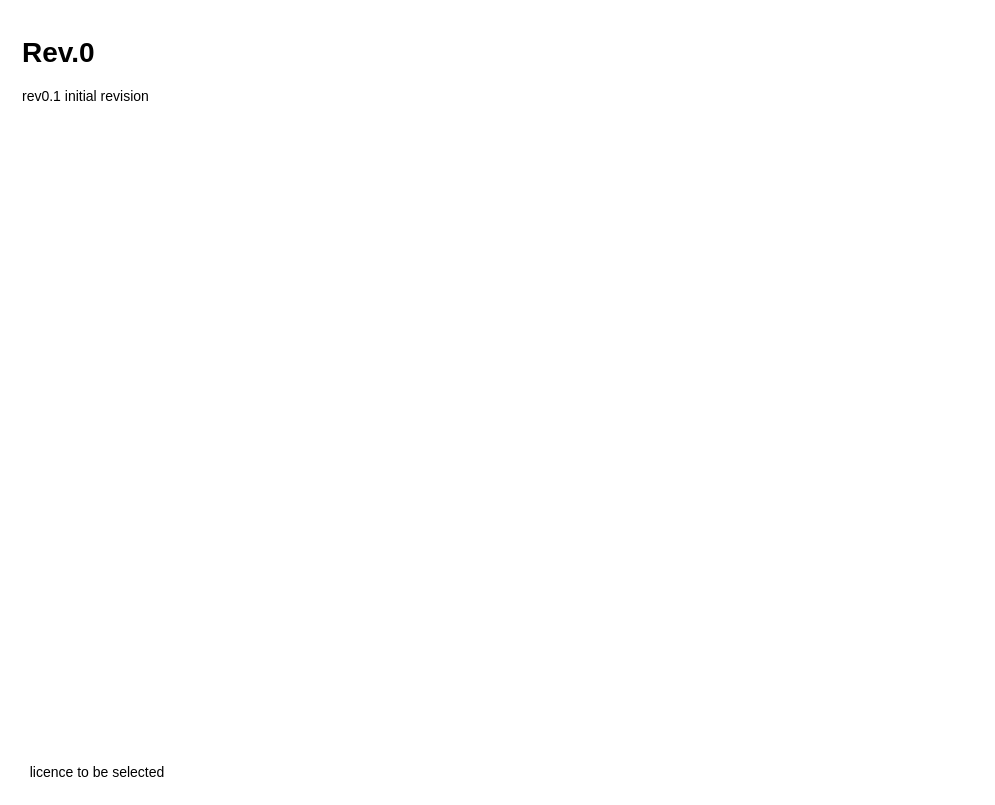
mdanderson03/Flexi-TEER keeps this draw.io diagram as page "Revision history" (2 of 2) of Block diagramm/Flexi-TEER_diagramm.drawio. Above is the earlier version. Source tidied: cells renumbered, new cells numbered last; positions are measured from the earlier drawing's top-left corner, leaving out a move shared by most shapes. Both pictures are drawn from the tidied source at 100%, with x=0, y=0 at pixel (17, 27).
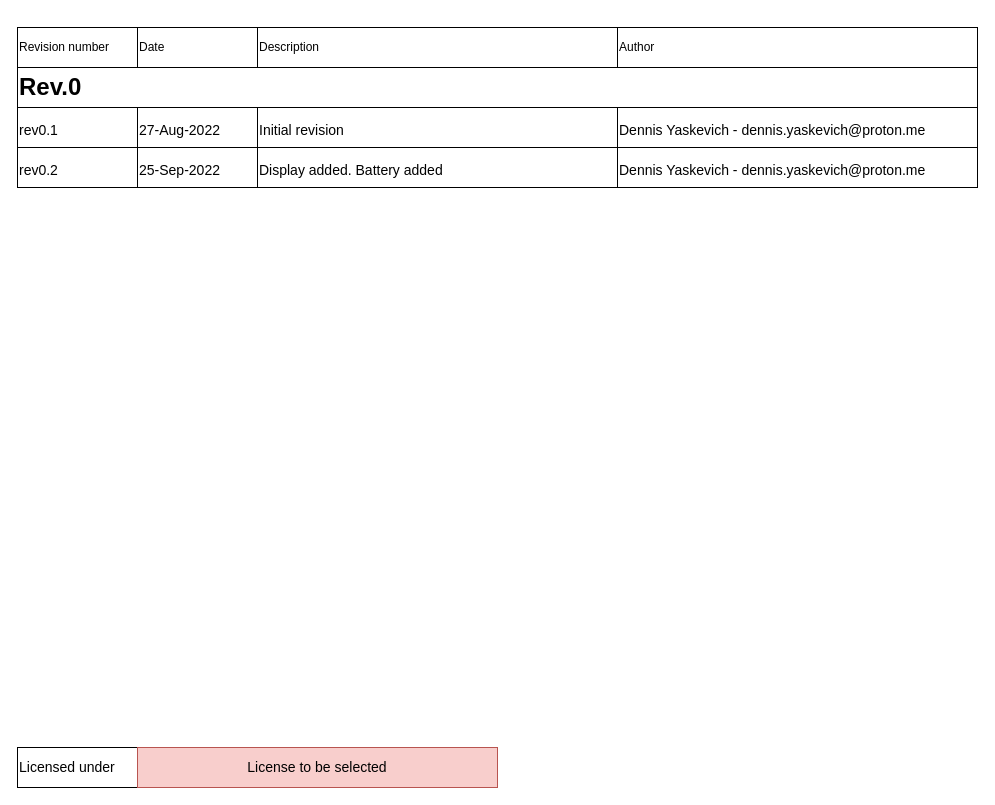
After the change.

Diff of the diagram source:
```diff
@@
 <mxGraphModel>
   <root>
     <mxCell id="0" />
     <mxCell id="1" parent="0" />
-    <mxCell id="2" value="&lt;h1&gt;Rev.0&lt;/h1&gt;&lt;p&gt;rev0.1 initial revision&lt;/p&gt;" style="text;html=1;strokeColor=none;fillColor=none;spacing=5;spacingTop=-20;whiteSpace=wrap;overflow=hidden;rounded=0;labelBackgroundColor=none;fontSize=14;" parent="1" vertex="1">
-      <mxGeometry width="190" height="80" as="geometry" />
-    </mxCell>
-    <mxCell id="3" value="licence to be selected" style="text;html=1;strokeColor=none;fillColor=none;align=center;verticalAlign=middle;whiteSpace=wrap;rounded=0;labelBackgroundColor=none;fontSize=14;" parent="1" vertex="1">
-      <mxGeometry y="730" width="160" height="30" as="geometry" />
-    </mxCell>
+    <mxCell id="4" value="Revision number" style="rounded=0;whiteSpace=wrap;html=1;align=left;" parent="1" vertex="1">
+      <mxGeometry width="120" height="40" as="geometry" />
+    </mxCell>
+    <mxCell id="5" value="Date" style="rounded=0;whiteSpace=wrap;html=1;align=left;" parent="1" vertex="1">
+      <mxGeometry x="120" width="120" height="40" as="geometry" />
+    </mxCell>
+    <mxCell id="6" value="Description" style="rounded=0;whiteSpace=wrap;html=1;align=left;" parent="1" vertex="1">
+      <mxGeometry x="240" width="360" height="40" as="geometry" />
+    </mxCell>
+    <mxCell id="7" value="Author" style="rounded=0;whiteSpace=wrap;html=1;align=left;" parent="1" vertex="1">
+      <mxGeometry x="600" width="360" height="40" as="geometry" />
+    </mxCell>
+    <mxCell id="8" value="&lt;span style=&quot;font-size: 24px; font-weight: 700;&quot;&gt;Rev.0&lt;br&gt;&lt;/span&gt;" style="rounded=0;whiteSpace=wrap;html=1;align=left;" parent="1" vertex="1">
+      <mxGeometry y="40" width="960" height="40" as="geometry" />
+    </mxCell>
+    <mxCell id="9" value="&lt;h1&gt;&lt;span style=&quot;background-color: initial; font-size: 14px; font-weight: normal;&quot;&gt;rev0.1&lt;/span&gt;&lt;/h1&gt;" style="rounded=0;whiteSpace=wrap;html=1;align=left;" parent="1" vertex="1">
+      <mxGeometry y="80" width="120" height="40" as="geometry" />
+    </mxCell>
+    <mxCell id="10" value="&lt;h1&gt;&lt;span style=&quot;background-color: initial; font-size: 14px; font-weight: normal;&quot;&gt;27-Aug-2022&lt;/span&gt;&lt;/h1&gt;" style="rounded=0;whiteSpace=wrap;html=1;align=left;" parent="1" vertex="1">
+      <mxGeometry x="120" y="80" width="120" height="40" as="geometry" />
+    </mxCell>
+    <mxCell id="11" value="&lt;h1&gt;&lt;span style=&quot;background-color: initial; font-size: 14px; font-weight: normal;&quot;&gt;I&lt;/span&gt;&lt;span style=&quot;background-color: initial; font-size: 14px; font-weight: normal;&quot;&gt;nitial revision&lt;/span&gt;&lt;/h1&gt;" style="rounded=0;whiteSpace=wrap;html=1;align=left;" parent="1" vertex="1">
+      <mxGeometry x="240" y="80" width="360" height="40" as="geometry" />
+    </mxCell>
+    <mxCell id="12" value="&lt;h1&gt;&lt;span style=&quot;background-color: initial; font-size: 14px; font-weight: normal;&quot;&gt;Dennis Yaskevich - dennis.yaskevich@proton.me&lt;br&gt;&lt;/span&gt;&lt;/h1&gt;" style="rounded=0;whiteSpace=wrap;html=1;align=left;" parent="1" vertex="1">
+      <mxGeometry x="600" y="80" width="360" height="40" as="geometry" />
+    </mxCell>
+    <mxCell id="13" value="&lt;span style=&quot;font-size: 14px; text-align: center;&quot;&gt;Licensed under&lt;/span&gt;" style="rounded=0;whiteSpace=wrap;html=1;align=left;" parent="1" vertex="1">
+      <mxGeometry y="720" width="120" height="40" as="geometry" />
+    </mxCell>
+    <mxCell id="14" value="&lt;span style=&quot;font-size: 14px;&quot;&gt;License to be selected&lt;/span&gt;" style="rounded=0;whiteSpace=wrap;html=1;align=center;labelBackgroundColor=none;fillColor=#f8cecc;strokeColor=#b85450;" parent="1" vertex="1">
+      <mxGeometry x="120" y="720" width="360" height="40" as="geometry" />
+    </mxCell>
+    <mxCell id="15" value="&lt;h1&gt;&lt;span style=&quot;background-color: initial; font-size: 14px; font-weight: normal;&quot;&gt;rev0.2&lt;/span&gt;&lt;/h1&gt;" style="rounded=0;whiteSpace=wrap;html=1;align=left;" parent="1" vertex="1">
+      <mxGeometry y="120" width="120" height="40" as="geometry" />
+    </mxCell>
+    <mxCell id="16" value="&lt;h1&gt;&lt;span style=&quot;background-color: initial; font-size: 14px; font-weight: normal;&quot;&gt;25-Sep-2022&lt;/span&gt;&lt;/h1&gt;" style="rounded=0;whiteSpace=wrap;html=1;align=left;" parent="1" vertex="1">
+      <mxGeometry x="120" y="120" width="120" height="40" as="geometry" />
+    </mxCell>
+    <mxCell id="17" value="&lt;h1&gt;&lt;span style=&quot;font-size: 14px; font-weight: 400;&quot;&gt;Display added. Battery added&lt;/span&gt;&lt;/h1&gt;" style="rounded=0;whiteSpace=wrap;html=1;align=left;" parent="1" vertex="1">
+      <mxGeometry x="240" y="120" width="360" height="40" as="geometry" />
+    </mxCell>
+    <mxCell id="18" value="&lt;h1&gt;&lt;span style=&quot;background-color: initial; font-size: 14px; font-weight: normal;&quot;&gt;Dennis Yaskevich - dennis.yaskevich@proton.me&lt;br&gt;&lt;/span&gt;&lt;/h1&gt;" style="rounded=0;whiteSpace=wrap;html=1;align=left;" parent="1" vertex="1">
+      <mxGeometry x="600" y="120" width="360" height="40" as="geometry" />
+    </mxCell>
   </root>
 </mxGraphModel>
```
